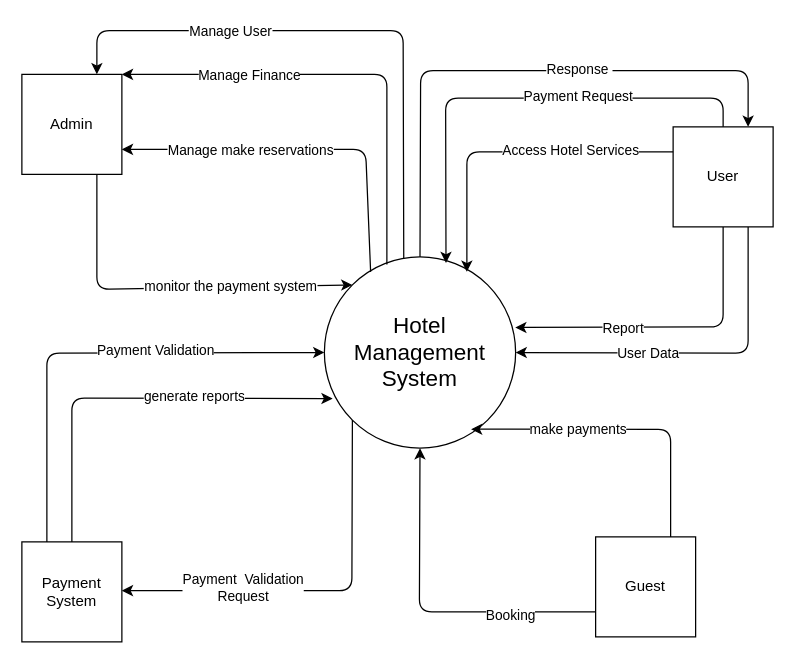
Above: Biểu đồ không có tiêu đề.drawio in TheMinionstars/HotelManagement (draw.io), before the change. Source tidied: cells renumbered, new cells numbered last; positions are measured from the earlier drawing's top-left corner, leaving out a move shared by most shapes. Both pictures are drawn from the tidied source at 125%, with x=0, y=0 at pixel (21, 30).
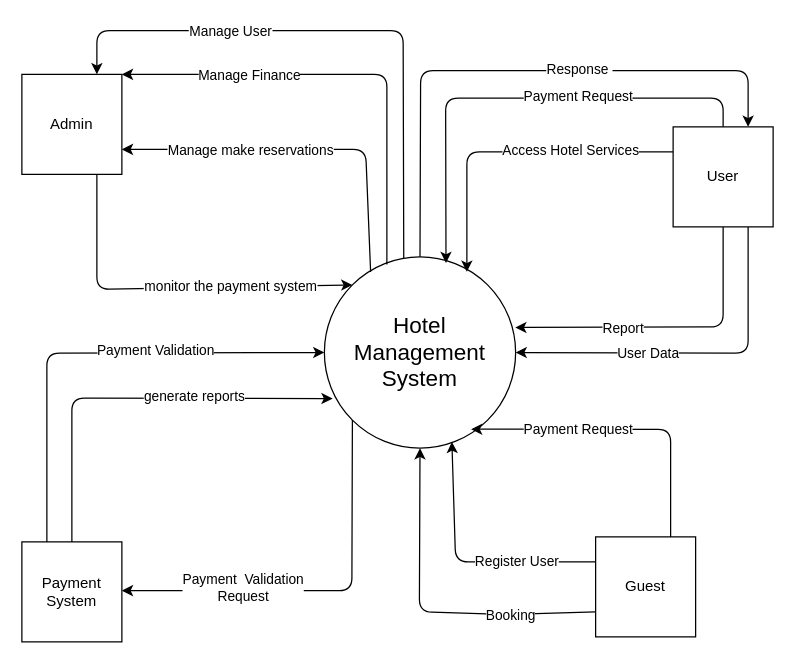
Above is the later version.

Commit message (it also covers changes not shown here):
Cập nhật Biểu đồ không có tiêu đề.drawio

The change refers to these unchanged cells:
```xml
<mxCell id="2" value="&lt;font style=&quot;font-size: 18px;&quot;&gt;Hotel Management System&lt;/font&gt;" style="ellipse;whiteSpace=wrap;html=1;rounded=1;" parent="1" vertex="1">
  <mxGeometry x="242" y="181" width="153" height="153" as="geometry" />
</mxCell>
<mxCell id="10" value="Guest" style="whiteSpace=wrap;html=1;rounded=0;" parent="1" vertex="1">
  <mxGeometry x="459" y="405" width="80" height="80" as="geometry" />
</mxCell>
<mxCell id="29" style="endArrow=classic;html=1;rounded=1;entryX=0.767;entryY=0.901;entryDx=0;entryDy=0;exitX=0.75;exitY=0;exitDx=0;exitDy=0;entryPerimeter=0;" parent="1" edge="1" source="10" target="2">
  <mxGeometry relative="1" as="geometry">
    <Array as="points">
      <mxPoint x="519" y="319" />
    </Array>
  </mxGeometry>
</mxCell>
```

Diff of the diagram source:
```diff
@@
-    <mxCell id="30" value="make payments" style="edgeLabel;html=1;align=center;verticalAlign=middle;rounded=1;" parent="29" vertex="1">
+    <mxCell id="30" value="Payment Request" style="edgeLabel;html=1;align=center;verticalAlign=middle;rounded=1;" parent="29" vertex="1">
       <mxGeometry relative="1" as="geometry">
         <mxPoint x="-38" as="offset" />
       </mxGeometry>
     </mxCell>
     <mxCell id="31" style="endArrow=classic;html=1;rounded=1;entryX=0.5;entryY=1;entryDx=0;entryDy=0;exitX=0;exitY=0.75;exitDx=0;exitDy=0;" parent="1" edge="1" source="10" target="2">
       <mxGeometry relative="1" as="geometry">
         <Array as="points">
+          <mxPoint x="388" y="467" />
           <mxPoint x="318" y="465" />
         </Array>
       </mxGeometry>
     </mxCell>
@@
+    <mxCell id="35" style="endArrow=classic;html=1;rounded=1;entryX=0.767;entryY=0.901;entryDx=0;entryDy=0;exitX=0;exitY=0.25;exitDx=0;exitDy=0;entryPerimeter=0;" parent="1" edge="1" source="10">
+      <mxGeometry relative="1" as="geometry">
+        <mxPoint x="344" y="329" as="targetPoint" />
+        <Array as="points">
+          <mxPoint x="347" y="425" />
+        </Array>
+      </mxGeometry>
+    </mxCell>
+    <mxCell id="36" value="Register User" style="edgeLabel;html=1;align=center;verticalAlign=middle;rounded=1;" parent="35" vertex="1">
+      <mxGeometry relative="1" as="geometry">
+        <mxPoint x="40" y="-1" as="offset" />
+      </mxGeometry>
+    </mxCell>
```
